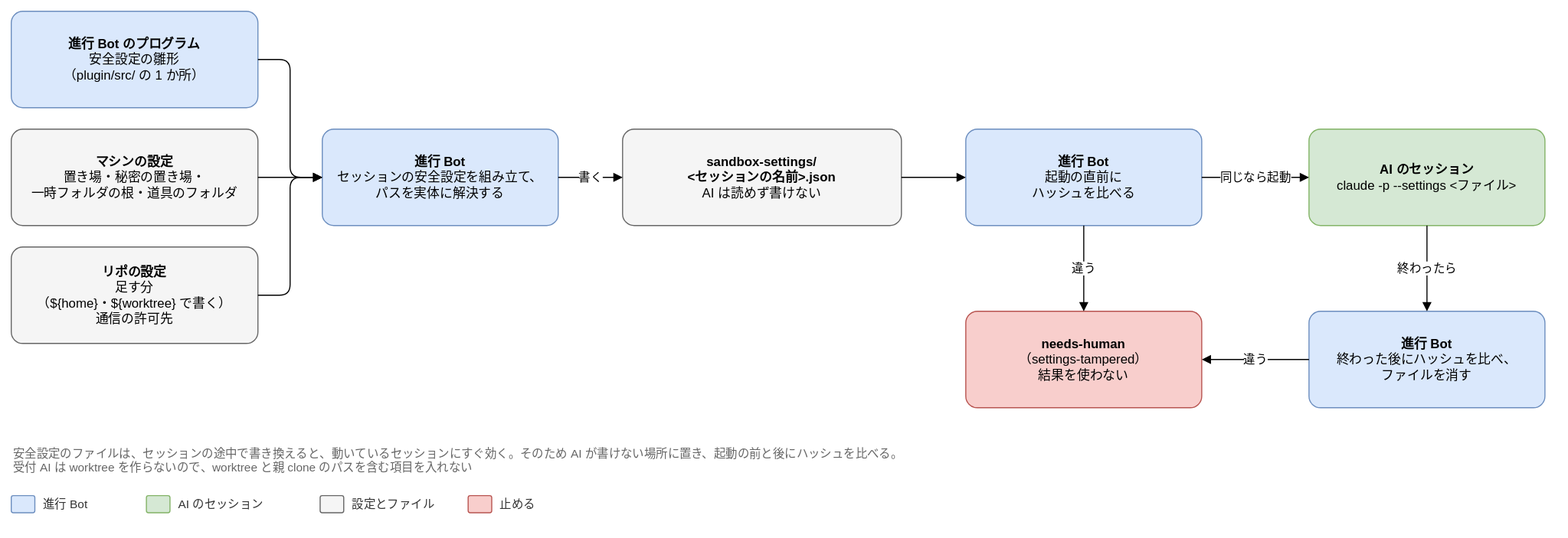
Above: docs/design/basic/diagrams/03-session-settings.drawio.svg in Joymerrevent/dev-autopilot (draw.io), before the change. Source tidied: cells renumbered, new cells last; positions are measured from the earlier drawing's top-left corner, leaving out a move shared by most shapes.
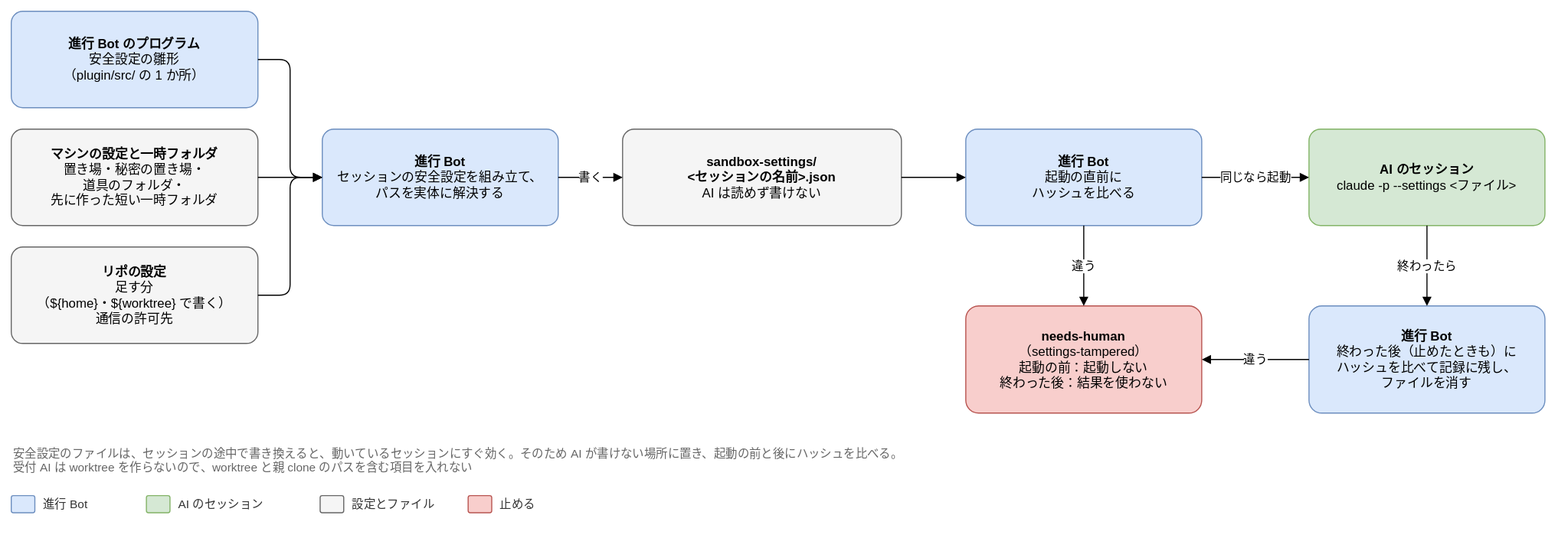
Later version of the same file.

The edit, as a diff of the source:
```diff
@@ -5,7 +5,7 @@
     <mxCell id="2" value="&lt;b&gt;進行 Bot のプログラム&lt;/b&gt;&lt;br&gt;安全設定の雛形&lt;br&gt;（plugin/src/ の 1 か所）" style="rounded=1;whiteSpace=wrap;html=1;fontSize=12;arcSize=12;spacing=12;fillColor=#dae8fc;strokeColor=#6c8ebf;" parent="1" vertex="1">
       <mxGeometry width="230" height="90" as="geometry" />
     </mxCell>
-    <mxCell id="3" value="&lt;b&gt;マシンの設定&lt;/b&gt;&lt;br&gt;置き場・秘密の置き場・&lt;br&gt;一時フォルダの根・道具のフォルダ" style="rounded=1;whiteSpace=wrap;html=1;fontSize=12;arcSize=12;spacing=12;fillColor=#f5f5f5;strokeColor=#666666;" parent="1" vertex="1">
+    <mxCell id="3" value="&lt;b&gt;マシンの設定と一時フォルダ&lt;/b&gt;&lt;br&gt;置き場・秘密の置き場・&lt;br&gt;道具のフォルダ・&lt;br&gt;先に作った短い一時フォルダ" style="rounded=1;whiteSpace=wrap;html=1;fontSize=12;arcSize=12;spacing=12;fillColor=#f5f5f5;strokeColor=#666666;" parent="1" vertex="1">
       <mxGeometry y="110" width="230" height="90" as="geometry" />
     </mxCell>
     <mxCell id="4" value="&lt;b&gt;リポの設定&lt;/b&gt;&lt;br&gt;足す分&lt;br&gt;（${home}・${worktree} で書く）&lt;br&gt;通信の許可先" style="rounded=1;whiteSpace=wrap;html=1;fontSize=12;arcSize=12;spacing=12;fillColor=#f5f5f5;strokeColor=#666666;" parent="1" vertex="1">
@@ -41,14 +41,14 @@
     <mxCell id="14" value="同じなら起動" style="edgeStyle=orthogonalEdgeStyle;rounded=1;html=1;endArrow=block;endFill=1;fontSize=11;labelBackgroundColor=#ffffff;exitX=1;exitY=0.5;exitDx=0;exitDy=0;entryX=0;entryY=0.5;entryDx=0;entryDy=0;" parent="1" edge="1" source="11" target="13">
       <mxGeometry relative="1" as="geometry" />
     </mxCell>
-    <mxCell id="15" value="&lt;b&gt;進行 Bot&lt;/b&gt;&lt;br&gt;終わった後にハッシュを比べ、&lt;br&gt;ファイルを消す" style="rounded=1;whiteSpace=wrap;html=1;fontSize=12;arcSize=12;spacing=12;fillColor=#dae8fc;strokeColor=#6c8ebf;" parent="1" vertex="1">
-      <mxGeometry x="1210" y="280" width="220" height="90" as="geometry" />
+    <mxCell id="15" value="&lt;b&gt;進行 Bot&lt;/b&gt;&lt;br&gt;終わった後（止めたときも）に&lt;br&gt;ハッシュを比べて記録に残し、&lt;br&gt;ファイルを消す" style="rounded=1;whiteSpace=wrap;html=1;fontSize=12;arcSize=12;spacing=12;fillColor=#dae8fc;strokeColor=#6c8ebf;" parent="1" vertex="1">
+      <mxGeometry x="1210" y="275" width="220" height="100" as="geometry" />
     </mxCell>
     <mxCell id="16" value="終わったら" style="edgeStyle=orthogonalEdgeStyle;rounded=1;html=1;endArrow=block;endFill=1;fontSize=11;labelBackgroundColor=#ffffff;exitX=0.5;exitY=1;exitDx=0;exitDy=0;entryX=0.5;entryY=0;entryDx=0;entryDy=0;" parent="1" edge="1" source="13" target="15">
       <mxGeometry relative="1" as="geometry" />
     </mxCell>
-    <mxCell id="17" value="&lt;b&gt;needs-human&lt;/b&gt;&lt;br&gt;（settings-tampered）&lt;br&gt;結果を使わない" style="rounded=1;whiteSpace=wrap;html=1;fontSize=12;arcSize=12;spacing=12;fillColor=#f8cecc;strokeColor=#b85450;" parent="1" vertex="1">
-      <mxGeometry x="890" y="280" width="220" height="90" as="geometry" />
+    <mxCell id="17" value="&lt;b&gt;needs-human&lt;/b&gt;&lt;br&gt;（settings-tampered）&lt;br&gt;起動の前：起動しない&lt;br&gt;終わった後：結果を使わない" style="rounded=1;whiteSpace=wrap;html=1;fontSize=12;arcSize=12;spacing=12;fillColor=#f8cecc;strokeColor=#b85450;" parent="1" vertex="1">
+      <mxGeometry x="890" y="275" width="220" height="100" as="geometry" />
     </mxCell>
     <mxCell id="18" value="違う" style="edgeStyle=orthogonalEdgeStyle;rounded=1;html=1;endArrow=block;endFill=1;fontSize=11;labelBackgroundColor=#ffffff;exitX=0.5;exitY=1;exitDx=0;exitDy=0;entryX=0.5;entryY=0;entryDx=0;entryDy=0;" parent="1" edge="1" source="11" target="17">
       <mxGeometry relative="1" as="geometry" />
```
